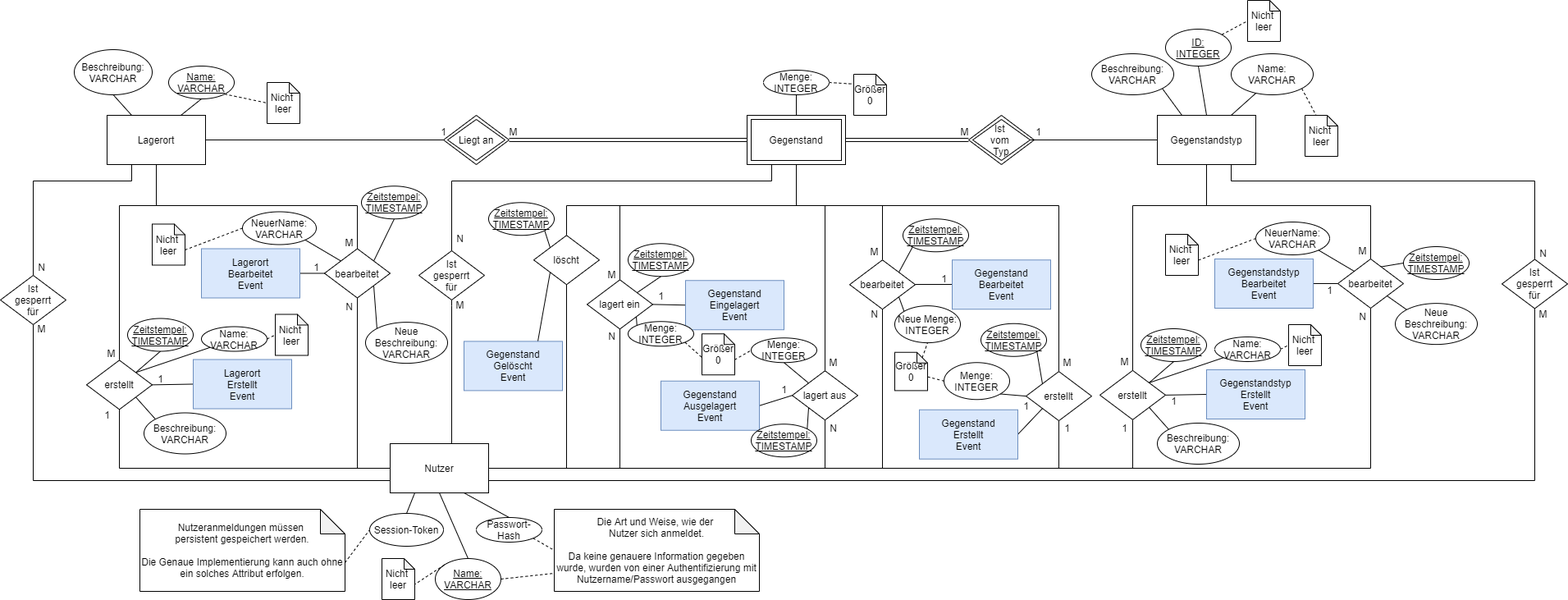
This is ArchitekturEntwurf Material/ERM_Konsolidierung_3.png from TINF18B5/SWE_TINF18B5_Timo_Klenk, a draw.io export, as it was before one commit. Source tidied: cells renumbered, new cells last; positions are measured from the earlier drawing's top-left corner, leaving out a move shared by most shapes.
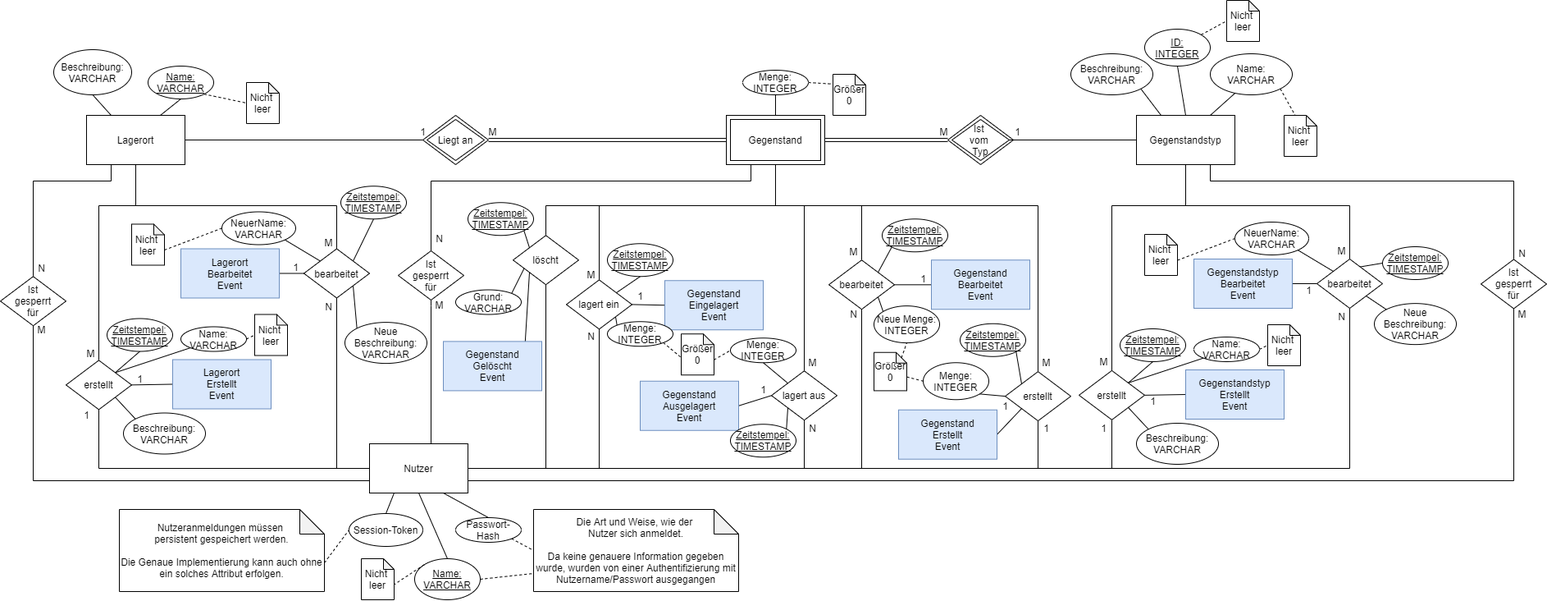
The same file after the commit.

Change to the diagram source:
```diff
@@ -471,7 +471,7 @@
       <mxGeometry x="235" y="437.5" width="120" height="60" as="geometry" />
     </mxCell>
     <mxCell id="136" value="Ist&lt;br&gt;gesperrt&lt;br&gt;für" style="rhombus;whiteSpace=wrap;html=1;" parent="1" vertex="1">
-      <mxGeometry y="335" width="80" height="60" as="geometry" />
+      <mxGeometry x="25" y="336.2" width="80" height="60" as="geometry" />
     </mxCell>
     <mxCell id="137" value="1" style="text;html=1;align=center;verticalAlign=middle;" parent="1" vertex="1">
       <mxGeometry x="530" y="150" width="20" height="20" as="geometry" />
@@ -480,13 +480,13 @@
       <mxGeometry x="1160" y="150" width="30" height="20" as="geometry" />
     </mxCell>
     <mxCell id="139" value="N" style="text;html=1;align=center;verticalAlign=middle;" parent="1" vertex="1">
-      <mxGeometry x="40" y="315" width="20" height="20" as="geometry" />
+      <mxGeometry x="65" y="316.2" width="20" height="20" as="geometry" />
     </mxCell>
     <mxCell id="140" value="M" style="text;html=1;align=center;verticalAlign=middle;" parent="1" vertex="1">
       <mxGeometry x="610" y="150" width="30" height="20" as="geometry" />
     </mxCell>
     <mxCell id="141" value="M" style="text;html=1;align=center;verticalAlign=middle;" parent="1" vertex="1">
-      <mxGeometry x="35" y="390" width="30" height="20" as="geometry" />
+      <mxGeometry x="60" y="391.2" width="30" height="20" as="geometry" />
     </mxCell>
     <mxCell id="142" value="1" style="text;html=1;align=center;verticalAlign=middle;" parent="1" vertex="1">
       <mxGeometry x="120" y="495" width="20" height="20" as="geometry" />
@@ -637,7 +637,7 @@
         </Array>
       </mxGeometry>
     </mxCell>
-    <mxCell id="190" style="edgeStyle=none;rounded=0;jettySize=auto;html=1;exitX=0;exitY=1;exitDx=0;exitDy=0;entryX=0.75;entryY=0;entryDx=0;entryDy=0;startArrow=none;startFill=0;endArrow=none;endFill=0;" parent="1" edge="1" source="191" target="194">
+    <mxCell id="190" style="edgeStyle=none;rounded=0;jettySize=auto;html=1;exitX=0;exitY=1;exitDx=0;exitDy=0;entryX=0.831;entryY=0.032;entryDx=0;entryDy=0;startArrow=none;startFill=0;endArrow=none;endFill=0;entryPerimeter=0;" parent="1" edge="1" source="191" target="194">
       <mxGeometry relative="1" as="geometry" />
     </mxCell>
     <mxCell id="191" value="löscht" style="rhombus;whiteSpace=wrap;html=1;" parent="1" vertex="1">
@@ -652,5 +652,11 @@
     <mxCell id="194" value="Gegenstand&lt;br&gt;Gelöscht&lt;br&gt;Event" style="rounded=0;whiteSpace=wrap;html=1;fillColor=#dae8fc;strokeColor=#6c8ebf;" parent="1" vertex="1">
       <mxGeometry x="565" y="415.4" width="120" height="60" as="geometry" />
     </mxCell>
+    <mxCell id="195" style="rounded=0;jettySize=auto;html=1;exitX=1;exitY=0;exitDx=0;exitDy=0;entryX=0.167;entryY=0.674;entryDx=0;entryDy=0;entryPerimeter=0;endArrow=none;endFill=0;" parent="1" edge="1" source="196" target="191">
+      <mxGeometry relative="1" as="geometry" />
+    </mxCell>
+    <mxCell id="196" value="Grund: VARCHAR" style="ellipse;whiteSpace=wrap;html=1;" parent="1" vertex="1">
+      <mxGeometry x="580" y="352.5" width="80" height="30" as="geometry" />
+    </mxCell>
   </root>
 </mxGraphModel>
```
